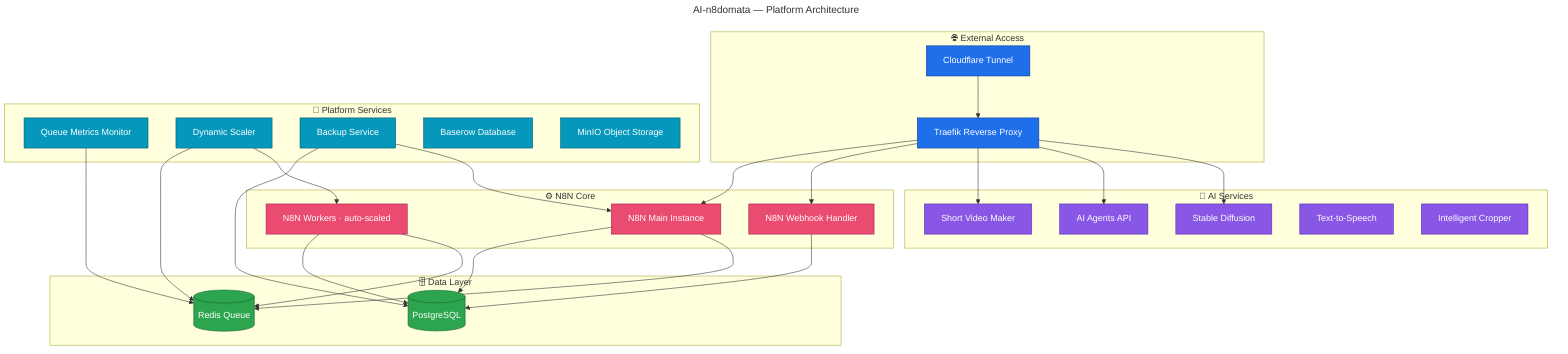
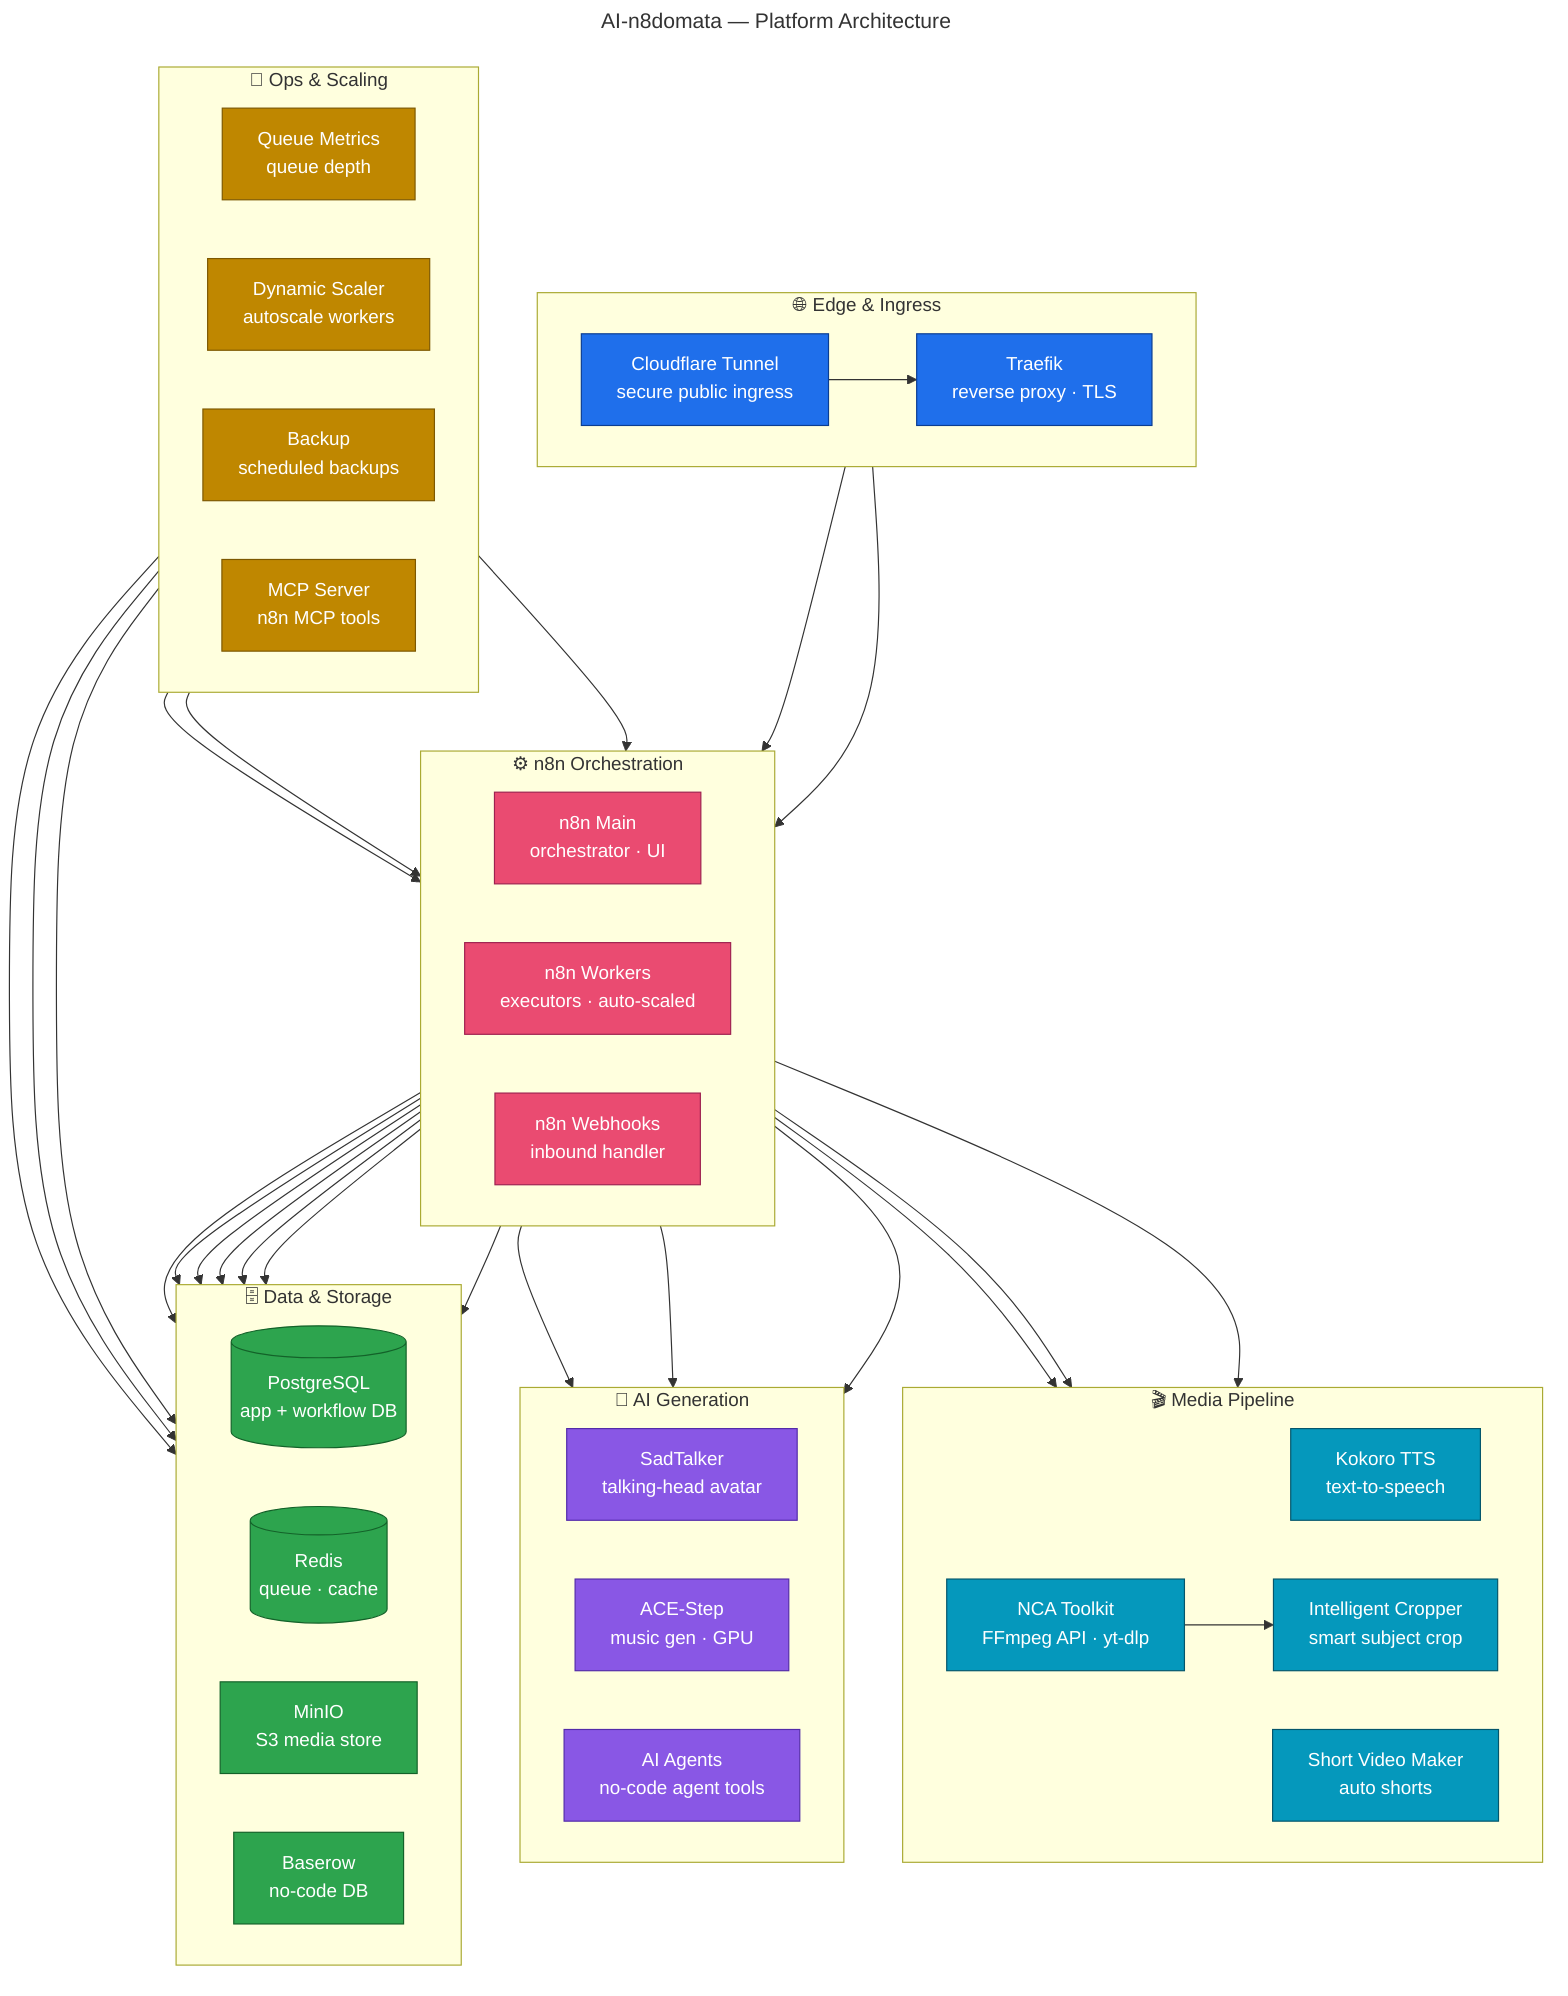
---
title: AI-n8domata — Platform Architecture
---
graph TB
-     subgraph EXT["🌐 External Access"]
-         CF[Cloudflare Tunnel]
-         TR[Traefik Reverse Proxy]
+     subgraph EDGE["🌐 Edge &amp; Ingress"]
+         direction LR
+         CF["Cloudflare Tunnel<br/>secure public ingress"]
+         TR["Traefik<br/>reverse proxy · TLS"]
    end

-     subgraph CORE["⚙️ N8N Core"]
-         N8N[N8N Main Instance]
-         NW[N8N Workers · auto-scaled]
-         NH[N8N Webhook Handler]
+     subgraph ORCH["⚙️ n8n Orchestration"]
+         direction LR
+         N8N["n8n Main<br/>orchestrator · UI"]
+         NW["n8n Workers<br/>executors · auto-scaled"]
+         NH["n8n Webhooks<br/>inbound handler"]
    end

-     subgraph DATA["🗄️ Data Layer"]
-         PG[(PostgreSQL)]
-         RD[(Redis Queue)]
+     subgraph DATA["🗄️ Data &amp; Storage"]
+         direction LR
+         PG[("PostgreSQL<br/>app + workflow DB")]
+         RD[("Redis<br/>queue · cache")]
+         MC["MinIO<br/>S3 media store"]
+         BR["Baserow<br/>no-code DB"]
    end

-     subgraph AI["🤖 AI Services"]
-         SVM[Short Video Maker]
-         AIA[AI Agents API]
-         SD[Stable Diffusion]
-         TTS[Text-to-Speech]
-         CR[Intelligent Cropper]
+     subgraph MEDIA["🎬 Media Pipeline"]
+         direction LR
+         TTS["Kokoro TTS<br/>text-to-speech"]
+         NCA["NCA Toolkit<br/>FFmpeg API · yt-dlp"]
+         CRP["Intelligent Cropper<br/>smart subject crop"]
+         SVM["Short Video Maker<br/>auto shorts"]
    end

-     subgraph PLAT["🧩 Platform Services"]
-         QM[Queue Metrics Monitor]
-         DS[Dynamic Scaler]
-         BK[Backup Service]
-         BR[Baserow Database]
-         MC[MinIO Object Storage]
+     subgraph GEN["🤖 AI Generation"]
+         direction LR
+         AVA["SadTalker<br/>talking-head avatar"]
+         ACE["ACE-Step<br/>music gen · GPU"]
+         AIA["AI Agents<br/>no-code agent tools"]
+     end
+ 
+     subgraph OPS["🧩 Ops &amp; Scaling"]
+         direction LR
+         QM["Queue Metrics<br/>queue depth"]
+         DS["Dynamic Scaler<br/>autoscale workers"]
+         BK["Backup<br/>scheduled backups"]
+         MCP["MCP Server<br/>n8n MCP tools"]
    end

    CF --> TR
    TR --> N8N
    TR --> NH
-     TR --> SVM
-     TR --> AIA
-     TR --> SD
- 
    N8N --> PG
    N8N --> RD
+     N8N --> MC
+     N8N --> BR
    NW --> PG
    NW --> RD
    NH --> PG
- 
+     N8N --> TTS
+     N8N --> NCA
+     N8N --> SVM
+     NCA --> CRP
+     N8N --> AVA
+     N8N --> ACE
+     N8N --> AIA
    QM --> RD
    DS --> RD
    DS --> NW
- 
    BK --> PG
    BK --> N8N
+     MCP --> N8N

-     classDef ext fill:#1f6feb,stroke:#0b3d91,color:#fff,stroke-width:1px
-     classDef core fill:#ea4b71,stroke:#9e2150,color:#fff,stroke-width:1px
+     classDef edge fill:#1f6feb,stroke:#0b3d91,color:#fff,stroke-width:1px
+     classDef orch fill:#ea4b71,stroke:#9e2150,color:#fff,stroke-width:1px
    classDef data fill:#2da44e,stroke:#136229,color:#fff,stroke-width:1px
-     classDef ai fill:#8957e5,stroke:#532ba9,color:#fff,stroke-width:1px
-     classDef plat fill:#0598bc,stroke:#04566b,color:#fff,stroke-width:1px
+     classDef media fill:#0598bc,stroke:#04566b,color:#fff,stroke-width:1px
+     classDef gen fill:#8957e5,stroke:#532ba9,color:#fff,stroke-width:1px
+     classDef ops fill:#bf8700,stroke:#7d5800,color:#fff,stroke-width:1px

-     class CF,TR ext
-     class N8N,NW,NH core
-     class PG,RD data
-     class SVM,AIA,SD,TTS,CR ai
-     class QM,DS,BK,BR,MC plat
+     class CF,TR edge
+     class N8N,NW,NH orch
+     class PG,RD,MC,BR data
+     class TTS,NCA,CRP,SVM media
+     class AVA,ACE,AIA gen
+     class QM,DS,BK,MCP ops
